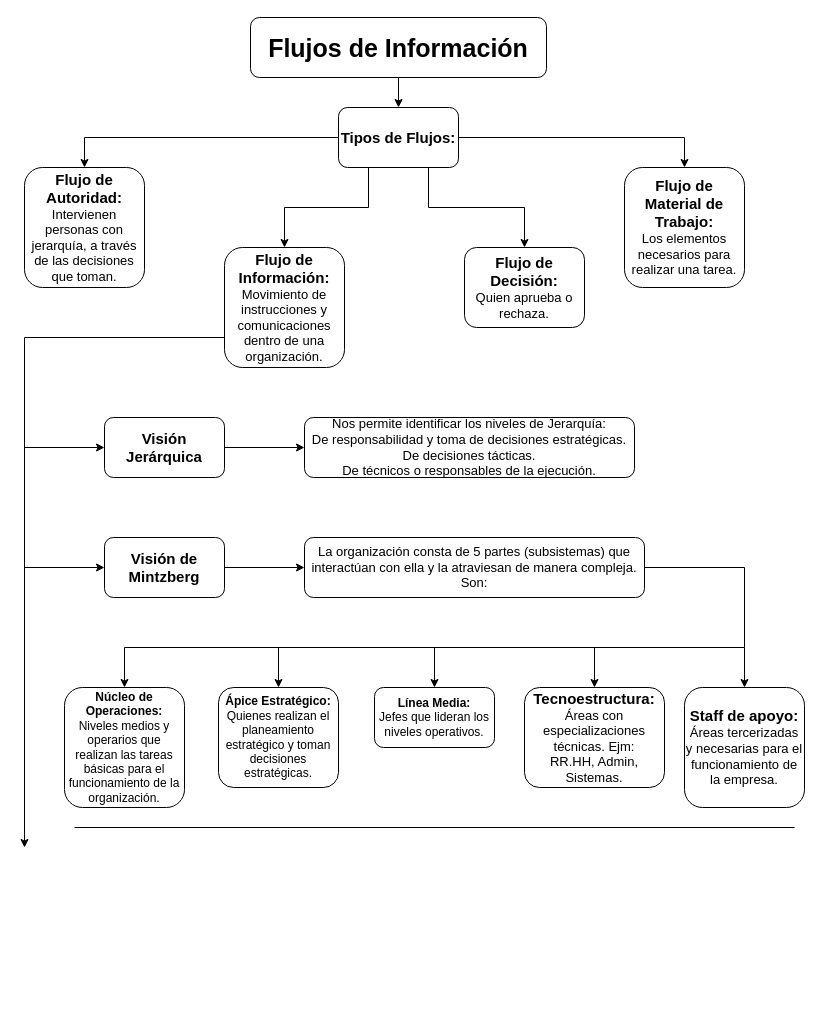
Before: Primer Parcial Sistemas.drawio in PsyKloX/nextjs-course, a draw.io diagram. Source tidied: cells renumbered, new cells numbered last; positions are measured from the earlier drawing's top-left corner, leaving out a move shared by most shapes. Both pictures are drawn from the tidied source at 100%, with x=0, y=0 at pixel (24, 17).
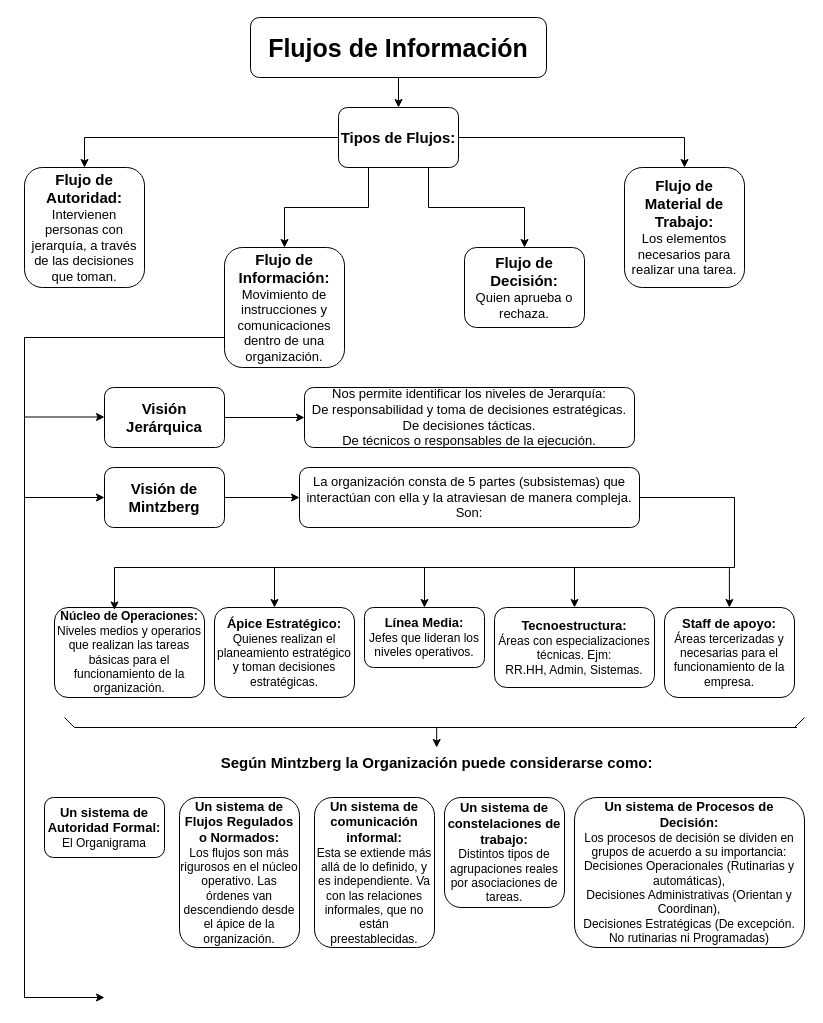
The same page after the edit.

Unchanged cells that the change refers to:
```xml
<mxCell id="10" value="&lt;b style=&quot;font-size: 15px;&quot;&gt;&lt;font style=&quot;font-size: 15px;&quot;&gt;Flujo de Información:&lt;/font&gt;&lt;/b&gt;&lt;div style=&quot;&quot;&gt;&lt;font style=&quot;font-size: 13px;&quot;&gt;Movimiento de instrucciones y comunicaciones dentro de una organización.&lt;/font&gt;&lt;/div&gt;" style="rounded=1;whiteSpace=wrap;html=1;" parent="1" vertex="1">
  <mxGeometry x="200" y="230" width="120" height="120" as="geometry" />
</mxCell>
```

The edit, as a diff of the source:
```diff
@@
     <mxCell id="9" style="edgeStyle=orthogonalEdgeStyle;rounded=0;jettySize=auto;html=1;exitX=0;exitY=0.75;exitDx=0;exitDy=0;" parent="1" edge="1" source="10">
       <mxGeometry relative="1" as="geometry">
-        <mxPoint y="830" as="targetPoint" />
+        <mxPoint x="80" y="980" as="targetPoint" />
         <Array as="points">
           <mxPoint y="320" />
         </Array>
       </mxGeometry>
     </mxCell>
@@
     <mxCell id="15" value="&lt;b&gt;&lt;font style=&quot;font-size: 15px;&quot;&gt;Visión Jerárquica&lt;/font&gt;&lt;/b&gt;" style="rounded=1;whiteSpace=wrap;html=1;" parent="1" vertex="1">
-      <mxGeometry x="80" y="400" width="120" height="60" as="geometry" />
+      <mxGeometry x="80" y="370" width="120" height="60" as="geometry" />
     </mxCell>
     <mxCell id="16" style="endArrow=classic;html=1;rounded=0;" parent="1" edge="1">
       <mxGeometry relative="1" as="geometry">
-        <mxPoint y="430" as="sourcePoint" />
-        <mxPoint x="80" y="430" as="targetPoint" />
+        <mxPoint y="399.5" as="sourcePoint" />
+        <mxPoint x="80" y="399.5" as="targetPoint" />
       </mxGeometry>
     </mxCell>
     <mxCell id="17" value="&lt;font style=&quot;font-size: 13px;&quot;&gt;Nos permite identificar los niveles de Jerarquía:&lt;/font&gt;&lt;div style=&quot;font-size: 13px;&quot;&gt;&lt;font style=&quot;font-size: 13px;&quot;&gt;De responsabilidad y toma de decisiones estratégicas.&lt;/font&gt;&lt;/div&gt;&lt;div style=&quot;font-size: 13px;&quot;&gt;&lt;font style=&quot;font-size: 13px;&quot;&gt;De decisiones tácticas.&lt;/font&gt;&lt;/div&gt;&lt;div style=&quot;font-size: 13px;&quot;&gt;&lt;font style=&quot;font-size: 13px;&quot;&gt;De técnicos o responsables de la ejecución.&lt;/font&gt;&lt;/div&gt;" style="rounded=1;whiteSpace=wrap;html=1;" parent="1" vertex="1">
-      <mxGeometry x="280" y="400" width="330" height="60" as="geometry" />
+      <mxGeometry x="280" y="370" width="330" height="60" as="geometry" />
     </mxCell>
@@
     <mxCell id="19" value="&lt;b&gt;&lt;font style=&quot;font-size: 15px;&quot;&gt;Visión de Mintzberg&lt;/font&gt;&lt;/b&gt;" style="rounded=1;whiteSpace=wrap;html=1;" parent="1" vertex="1">
-      <mxGeometry x="80" y="520" width="120" height="60" as="geometry" />
+      <mxGeometry x="80" y="450" width="120" height="60" as="geometry" />
     </mxCell>
     <mxCell id="20" style="endArrow=classic;html=1;rounded=0;entryX=0;entryY=0.5;entryDx=0;entryDy=0;" parent="1" edge="1" target="19">
       <mxGeometry relative="1" as="geometry">
-        <mxPoint y="550" as="sourcePoint" />
+        <mxPoint y="480" as="sourcePoint" />
       </mxGeometry>
     </mxCell>
     <mxCell id="21" value="&lt;font style=&quot;font-size: 13px;&quot;&gt;La organización consta de 5 partes (subsistemas) que interactúan con ella y la atraviesan de manera compleja. Son:&lt;/font&gt;" style="rounded=1;whiteSpace=wrap;html=1;" parent="1" vertex="1">
-      <mxGeometry x="280" y="520" width="340" height="60" as="geometry" />
+      <mxGeometry x="275" y="450" width="340" height="60" as="geometry" />
     </mxCell>
     <mxCell id="22" style="endArrow=none;html=1;rounded=0;" parent="1" edge="1">
       <mxGeometry relative="1" as="geometry">
-        <mxPoint x="100" y="630" as="sourcePoint" />
-        <mxPoint x="720" y="630" as="targetPoint" />
+        <mxPoint x="90" y="550" as="sourcePoint" />
+        <mxPoint x="710" y="550" as="targetPoint" />
       </mxGeometry>
     </mxCell>
-    <mxCell id="23" value="&lt;b&gt;Núcleo de Operaciones:&lt;/b&gt;&lt;div&gt;Niveles medios y operarios que realizan las tareas básicas para el funcionamiento de la organización.&lt;/div&gt;" style="rounded=1;whiteSpace=wrap;html=1;" parent="1" vertex="1">
-      <mxGeometry x="40" y="670" width="120" height="120" as="geometry" />
+    <mxCell id="23" value="&lt;b&gt;&lt;font style=&quot;font-size: 12px;&quot;&gt;Núcleo de Operaciones:&lt;/font&gt;&lt;/b&gt;&lt;div&gt;Niveles medios y operarios que realizan las tareas básicas para el funcionamiento de la organización.&lt;/div&gt;" style="rounded=1;whiteSpace=wrap;html=1;" parent="1" vertex="1">
+      <mxGeometry x="30" y="590" width="150" height="90" as="geometry" />
     </mxCell>
-    <mxCell id="24" value="&lt;b&gt;Ápice Estratégico:&lt;/b&gt;&lt;div&gt;Quienes realizan el planeamiento estratégico y toman decisiones estratégicas.&lt;/div&gt;" style="rounded=1;whiteSpace=wrap;html=1;" parent="1" vertex="1">
-      <mxGeometry x="194" y="670" width="120" height="100" as="geometry" />
+    <mxCell id="24" value="&lt;b&gt;&lt;font style=&quot;font-size: 13px;&quot;&gt;Ápice Estratégico:&lt;/font&gt;&lt;/b&gt;&lt;div&gt;Quienes realizan el planeamiento estratégico y toman decisiones estratégicas.&lt;/div&gt;" style="rounded=1;whiteSpace=wrap;html=1;" parent="1" vertex="1">
+      <mxGeometry x="190" y="590" width="140" height="90" as="geometry" />
     </mxCell>
-    <mxCell id="25" value="&lt;b&gt;Línea Media:&lt;/b&gt;&lt;div&gt;Jefes que lideran los niveles operativos.&lt;/div&gt;" style="rounded=1;whiteSpace=wrap;html=1;" parent="1" vertex="1">
-      <mxGeometry x="350" y="670" width="120" height="60" as="geometry" />
+    <mxCell id="25" value="&lt;b style=&quot;font-size: 13px;&quot;&gt;&lt;font style=&quot;font-size: 13px;&quot;&gt;Línea Media:&lt;/font&gt;&lt;/b&gt;&lt;div style=&quot;&quot;&gt;&lt;font style=&quot;font-size: 12px;&quot;&gt;Jefes que lideran los niveles operativos.&lt;/font&gt;&lt;/div&gt;" style="rounded=1;whiteSpace=wrap;html=1;" parent="1" vertex="1">
+      <mxGeometry x="340" y="590" width="120" height="60" as="geometry" />
     </mxCell>
-    <mxCell id="26" value="&lt;b&gt;&lt;font style=&quot;font-size: 15px;&quot;&gt;Tecnoestructura:&lt;/font&gt;&lt;/b&gt;&lt;div style=&quot;font-size: 13px;&quot;&gt;&lt;font style=&quot;font-size: 13px;&quot;&gt;Áreas con especializaciones técnicas. Ejm:&lt;/font&gt;&lt;/div&gt;&lt;div style=&quot;font-size: 13px;&quot;&gt;&lt;font style=&quot;font-size: 13px;&quot;&gt;RR.HH, Admin, Sistemas.&lt;/font&gt;&lt;/div&gt;" style="rounded=1;whiteSpace=wrap;html=1;" parent="1" vertex="1">
-      <mxGeometry x="500" y="670" width="140" height="100" as="geometry" />
+    <mxCell id="26" value="&lt;b&gt;&lt;font style=&quot;font-size: 13px;&quot;&gt;Tecnoestructura:&lt;/font&gt;&lt;/b&gt;&lt;div style=&quot;&quot;&gt;&lt;font style=&quot;font-size: 12px;&quot;&gt;Áreas con especializaciones técnicas. Ejm:&lt;/font&gt;&lt;/div&gt;&lt;div style=&quot;&quot;&gt;&lt;font style=&quot;font-size: 12px;&quot;&gt;RR.HH, Admin, Sistemas.&lt;/font&gt;&lt;/div&gt;" style="rounded=1;whiteSpace=wrap;html=1;" parent="1" vertex="1">
+      <mxGeometry x="470" y="590" width="160" height="80" as="geometry" />
     </mxCell>
-    <mxCell id="27" value="&lt;b&gt;&lt;font style=&quot;font-size: 15px;&quot;&gt;Staff de apoyo:&lt;/font&gt;&lt;/b&gt;&lt;div&gt;&lt;font style=&quot;font-size: 13px;&quot;&gt;Áreas tercerizadas y necesarias para el funcionamiento de la empresa.&lt;/font&gt;&lt;/div&gt;" style="rounded=1;whiteSpace=wrap;html=1;" parent="1" vertex="1">
-      <mxGeometry x="660" y="670" width="120" height="120" as="geometry" />
+    <mxCell id="27" value="&lt;b style=&quot;font-size: 13px;&quot;&gt;&lt;font style=&quot;font-size: 13px;&quot;&gt;Staff de apoyo:&lt;/font&gt;&lt;/b&gt;&lt;div style=&quot;&quot;&gt;&lt;font style=&quot;font-size: 12px;&quot;&gt;Áreas tercerizadas y necesarias para el funcionamiento de la empresa.&lt;/font&gt;&lt;/div&gt;" style="rounded=1;whiteSpace=wrap;html=1;" parent="1" vertex="1">
+      <mxGeometry x="640" y="590" width="130" height="90" as="geometry" />
     </mxCell>
-    <mxCell id="28" style="endArrow=classic;html=1;rounded=0;entryX=0.5;entryY=0;entryDx=0;entryDy=0;" parent="1" edge="1" target="23">
+    <mxCell id="28" style="endArrow=classic;html=1;rounded=0;entryX=0.4;entryY=0.027;entryDx=0;entryDy=0;entryPerimeter=0;" parent="1" edge="1" target="23">
       <mxGeometry relative="1" as="geometry">
-        <mxPoint x="100" y="630" as="sourcePoint" />
+        <mxPoint x="90" y="550" as="sourcePoint" />
       </mxGeometry>
     </mxCell>
-    <mxCell id="29" style="endArrow=classic;html=1;rounded=0;entryX=0.5;entryY=0;entryDx=0;entryDy=0;" parent="1" edge="1" target="27">
+    <mxCell id="29" style="endArrow=classic;html=1;rounded=0;entryX=0.462;entryY=-0.008;entryDx=0;entryDy=0;entryPerimeter=0;" parent="1" edge="1">
       <mxGeometry relative="1" as="geometry">
-        <mxPoint x="720" y="630" as="sourcePoint" />
+        <mxPoint x="704.9" y="550.7" as="sourcePoint" />
+        <mxPoint x="704.9" y="590" as="targetPoint" />
       </mxGeometry>
     </mxCell>
-    <mxCell id="30" style="endArrow=classic;html=1;rounded=0;entryX=0.5;entryY=0;entryDx=0;entryDy=0;" parent="1" edge="1" target="24">
+    <mxCell id="30" style="endArrow=classic;html=1;rounded=0;entryX=0.5;entryY=0;entryDx=0;entryDy=0;" parent="1" edge="1">
       <mxGeometry relative="1" as="geometry">
-        <mxPoint x="254" y="630" as="sourcePoint" />
+        <mxPoint x="250" y="550" as="sourcePoint" />
+        <mxPoint x="250" y="590" as="targetPoint" />
       </mxGeometry>
     </mxCell>
-    <mxCell id="31" style="endArrow=classic;html=1;rounded=0;entryX=0.5;entryY=0;entryDx=0;entryDy=0;" parent="1" edge="1" target="25">
+    <mxCell id="31" style="endArrow=classic;html=1;rounded=0;entryX=0.5;entryY=0;entryDx=0;entryDy=0;" parent="1" edge="1">
       <mxGeometry relative="1" as="geometry">
-        <mxPoint x="410" y="630" as="sourcePoint" />
+        <mxPoint x="400" y="550" as="sourcePoint" />
+        <mxPoint x="400" y="590" as="targetPoint" />
       </mxGeometry>
     </mxCell>
-    <mxCell id="32" style="endArrow=classic;html=1;rounded=0;entryX=0.5;entryY=0;entryDx=0;entryDy=0;" parent="1" edge="1" target="26">
+    <mxCell id="32" style="endArrow=classic;html=1;rounded=0;entryX=0.5;entryY=0;entryDx=0;entryDy=0;" parent="1" edge="1">
       <mxGeometry relative="1" as="geometry">
-        <mxPoint x="570" y="630" as="sourcePoint" />
+        <mxPoint x="550" y="550" as="sourcePoint" />
+        <mxPoint x="550" y="590" as="targetPoint" />
       </mxGeometry>
     </mxCell>
     <mxCell id="33" style="endArrow=none;html=1;rounded=0;exitX=1;exitY=0.5;exitDx=0;exitDy=0;" parent="1" edge="1" source="21">
       <mxGeometry relative="1" as="geometry">
-        <mxPoint x="720" y="630" as="targetPoint" />
+        <mxPoint x="710" y="550" as="targetPoint" />
         <Array as="points">
-          <mxPoint x="720" y="550" />
+          <mxPoint x="710" y="480" />
         </Array>
       </mxGeometry>
     </mxCell>
     <mxCell id="34" style="endArrow=none;html=1;rounded=0;" parent="1" edge="1">
       <mxGeometry relative="1" as="geometry">
-        <mxPoint x="50" y="810" as="sourcePoint" />
-        <mxPoint x="770" y="810" as="targetPoint" />
+        <mxPoint x="50" y="710" as="sourcePoint" />
+        <mxPoint x="772.5" y="710" as="targetPoint" />
       </mxGeometry>
     </mxCell>
+    <mxCell id="35" style="endArrow=none;html=1;rounded=0;" parent="1" edge="1">
+      <mxGeometry relative="1" as="geometry">
+        <mxPoint x="40" y="700" as="sourcePoint" />
+        <mxPoint x="50" y="710" as="targetPoint" />
+      </mxGeometry>
+    </mxCell>
+    <mxCell id="36" style="endArrow=none;html=1;rounded=0;" parent="1" edge="1">
+      <mxGeometry relative="1" as="geometry">
+        <mxPoint x="780" y="700" as="sourcePoint" />
+        <mxPoint x="770" y="710" as="targetPoint" />
+      </mxGeometry>
+    </mxCell>
+    <mxCell id="37" style="endArrow=classic;html=1;rounded=0;" parent="1" edge="1">
+      <mxGeometry relative="1" as="geometry">
+        <mxPoint x="412.2" y="710" as="sourcePoint" />
+        <mxPoint x="412.2" y="730" as="targetPoint" />
+      </mxGeometry>
+    </mxCell>
+    <mxCell id="38" value="&lt;b&gt;&lt;font style=&quot;font-size: 15px;&quot;&gt;Según Mintzberg la Organización puede considerarse como:&lt;/font&gt;&lt;/b&gt;" style="text;html=1;align=center;verticalAlign=middle;whiteSpace=wrap;rounded=0;" parent="1" vertex="1">
+      <mxGeometry x="185" y="730" width="455" height="30" as="geometry" />
+    </mxCell>
+    <mxCell id="39" value="&lt;b&gt;&lt;font style=&quot;font-size: 13px;&quot;&gt;Un sistema de Autoridad Formal:&lt;/font&gt;&lt;/b&gt;&lt;div&gt;&lt;font style=&quot;font-size: 12px;&quot;&gt;El Organigrama&lt;/font&gt;&lt;/div&gt;" style="rounded=1;whiteSpace=wrap;html=1;" parent="1" vertex="1">
+      <mxGeometry x="20" y="780" width="120" height="60" as="geometry" />
+    </mxCell>
+    <mxCell id="40" value="&lt;font size=&quot;1&quot; style=&quot;&quot;&gt;&lt;b style=&quot;font-size: 13px;&quot;&gt;Un sistema de Flujos Regulados o Normados:&lt;/b&gt;&lt;/font&gt;&lt;div&gt;Los flujos son más rigurosos en el núcleo operativo. Las órdenes van descendiendo desde el ápice de la organización.&lt;/div&gt;" style="rounded=1;whiteSpace=wrap;html=1;" parent="1" vertex="1">
+      <mxGeometry x="155" y="780" width="120" height="150" as="geometry" />
+    </mxCell>
+    <mxCell id="41" style="edgeStyle=orthogonalEdgeStyle;rounded=0;orthogonalLoop=1;jettySize=auto;html=1;exitX=0.5;exitY=1;exitDx=0;exitDy=0;" parent="1" edge="1" source="40" target="40">
+      <mxGeometry relative="1" as="geometry" />
+    </mxCell>
+    <mxCell id="42" value="&lt;b style=&quot;font-size: 13px;&quot;&gt;&lt;font style=&quot;font-size: 13px;&quot;&gt;Un sistema de comunicación informal:&lt;/font&gt;&lt;/b&gt;&lt;div style=&quot;&quot;&gt;&lt;font style=&quot;font-size: 12px;&quot;&gt;Esta se extiende más allá de lo definido, y es independiente. Va con las relaciones informales, que no están preestablecidas.&lt;/font&gt;&lt;/div&gt;" style="rounded=1;whiteSpace=wrap;html=1;" parent="1" vertex="1">
+      <mxGeometry x="290" y="780" width="120" height="150" as="geometry" />
+    </mxCell>
+    <mxCell id="43" value="&lt;b&gt;&lt;font style=&quot;font-size: 13px;&quot;&gt;Un sistema de constelaciones de trabajo:&lt;/font&gt;&lt;/b&gt;&lt;div&gt;Distintos tipos de agrupaciones reales por asociaciones de tareas.&lt;/div&gt;" style="rounded=1;whiteSpace=wrap;html=1;" parent="1" vertex="1">
+      <mxGeometry x="420" y="780" width="120" height="110" as="geometry" />
+    </mxCell>
+    <mxCell id="44" value="&lt;font style=&quot;font-size: 13px;&quot;&gt;&lt;b&gt;Un sistema de Procesos de Decisión:&lt;/b&gt;&lt;/font&gt;&lt;div&gt;Los procesos de decisión se dividen en grupos de acuerdo a su importancia:&lt;/div&gt;&lt;div&gt;Decisiones Operacionales (Rutinarias y automáticas),&lt;/div&gt;&lt;div&gt;Decisiones Administrativas (Orientan y Coordinan),&lt;/div&gt;&lt;div&gt;Decisiones Estratégicas (De excepción. No rutinarias ni Programadas)&lt;/div&gt;" style="rounded=1;whiteSpace=wrap;html=1;" parent="1" vertex="1">
+      <mxGeometry x="550" y="780" width="230" height="150" as="geometry" />
+    </mxCell>
```
